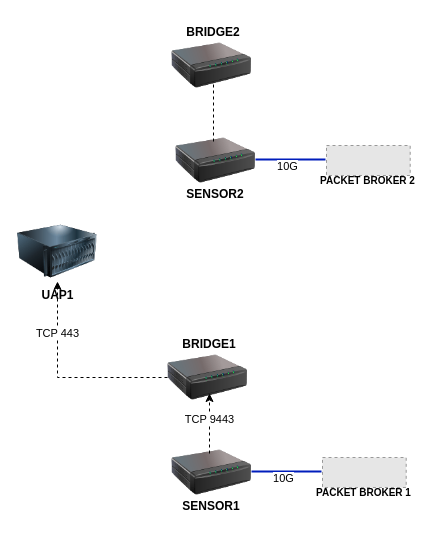
Above: woori.drawio in jacmathew/jacmathew (draw.io), before the change. Source tidied: cells renumbered, new cells numbered last; positions are measured from the earlier drawing's top-left corner, leaving out a move shared by most shapes. Both pictures are drawn from the tidied source at 100%, with x=0, y=0 at pixel (17, 17). Pictures stored in the file or linked from it are replaced by grey dashed boxes.
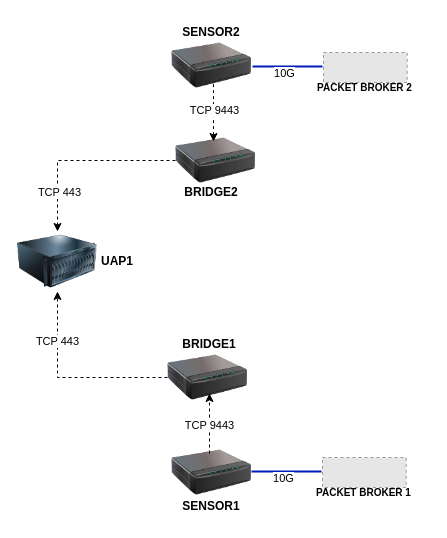
Above is the later version.

Unchanged cells that the change refers to:
```xml
<mxCell id="10" style="endArrow=classic;dashed=1;html=1;rounded=0;exitX=0.45;exitY=0.313;exitDx=0;exitDy=0;exitPerimeter=0;endFill=1;" parent="1" edge="1">
  <mxGeometry relative="1" as="geometry">
    <mxPoint x="192" y="436" as="sourcePoint" />
    <mxPoint x="192" y="376" as="targetPoint" />
  </mxGeometry>
</mxCell>
<mxCell id="16" style="image;html=1;image=img/lib/clip_art/networking/Print_Server_128x128.png;" parent="1" vertex="1">
  <mxGeometry x="158" y="103" width="80" height="80" as="geometry" />
</mxCell>
```

Diff of the diagram source:
```diff
@@
-    <mxCell id="2" value="&lt;b&gt;UAP1&lt;/b&gt;" style="image;html=1;image=img/lib/clip_art/computers/Server_128x128.png;" parent="1" vertex="1">
-      <mxGeometry y="204" width="80" height="60" as="geometry" />
+    <mxCell id="2" style="image;html=1;image=img/lib/clip_art/computers/Server_128x128.png;" parent="1" vertex="1">
+      <mxGeometry y="214" width="80" height="60" as="geometry" />
     </mxCell>
@@
     <mxCell id="11" value="TCP 9443" style="edgeLabel;html=1;align=center;verticalAlign=middle;" parent="10" vertex="1">
-      <mxGeometry x="0.17" y="1" relative="1" as="geometry" />
+      <mxGeometry x="0.17" y="1" relative="1" as="geometry">
+        <mxPoint y="6" as="offset" />
+      </mxGeometry>
     </mxCell>
@@
+    <mxCell id="24" style="edgeStyle=orthogonalEdgeStyle;rounded=0;jettySize=auto;html=1;exitX=0;exitY=0.5;exitDx=0;exitDy=0;dashed=1;" parent="1" edge="1" source="16" target="2">
+      <mxGeometry relative="1" as="geometry" />
+    </mxCell>
+    <mxCell id="25" value="TCP 443" style="edgeLabel;html=1;align=center;verticalAlign=middle;" parent="24" vertex="1">
+      <mxGeometry x="0.64" y="1" relative="1" as="geometry">
+        <mxPoint y="-6" as="offset" />
+      </mxGeometry>
+    </mxCell>
@@
     <mxCell id="17" style="fillColor=#E6E6E6;strokeColor=#999999;dashed=1;verticalLabelPosition=bottom;verticalAlign=top;" parent="1" vertex="1">
-      <mxGeometry x="309" y="128" width="83.7" height="30" as="geometry" />
+      <mxGeometry x="306" y="35" width="83.7" height="30" as="geometry" />
     </mxCell>
     <mxCell id="18" style="endArrow=none;html=1;rounded=0;fillColor=#0050ef;strokeColor=#001DBC;strokeWidth=2;" parent="1" edge="1">
       <mxGeometry relative="1" as="geometry">
-        <mxPoint x="238" y="142" as="sourcePoint" />
-        <mxPoint x="308" y="142" as="targetPoint" />
+        <mxPoint x="235" y="49" as="sourcePoint" />
+        <mxPoint x="305" y="49" as="targetPoint" />
       </mxGeometry>
     </mxCell>
@@
-    <mxCell id="20" style="endArrow=none;dashed=1;html=1;rounded=0;exitX=0.45;exitY=0.313;exitDx=0;exitDy=0;exitPerimeter=0;" parent="1" edge="1">
+    <mxCell id="20" style="endArrow=none;dashed=1;html=1;rounded=0;exitX=0.45;exitY=0.313;exitDx=0;exitDy=0;exitPerimeter=0;startArrow=classic;startFill=1;" parent="1" edge="1">
       <mxGeometry relative="1" as="geometry">
         <mxPoint x="196" y="124" as="sourcePoint" />
         <mxPoint x="196" y="64" as="targetPoint" />
       </mxGeometry>
     </mxCell>
+    <mxCell id="26" value="TCP 9443" style="edgeLabel;html=1;align=center;verticalAlign=middle;" parent="20" vertex="1">
+      <mxGeometry x="0.07" relative="1" as="geometry" />
+    </mxCell>
     <mxCell id="21" value="&lt;b&gt;BRIDGE2&lt;/b&gt;" style="text;html=1;align=center;verticalAlign=middle;whiteSpace=wrap;rounded=0;" parent="1" vertex="1">
-      <mxGeometry x="166" width="60" height="30" as="geometry" />
+      <mxGeometry x="164" y="160" width="60" height="30" as="geometry" />
     </mxCell>
     <mxCell id="22" value="&lt;b&gt;SENSOR2&lt;/b&gt;" style="text;html=1;align=center;verticalAlign=middle;whiteSpace=wrap;rounded=0;" parent="1" vertex="1">
-      <mxGeometry x="168" y="162" width="60" height="30" as="geometry" />
+      <mxGeometry x="164" width="60" height="30" as="geometry" />
     </mxCell>
     <mxCell id="23" value="&lt;b&gt;PACKET BROKER 2&lt;/b&gt;" style="text;html=1;align=center;verticalAlign=middle;whiteSpace=wrap;rounded=0;fontSize=10;" parent="1" vertex="1">
-      <mxGeometry x="289.3" y="148" width="123.1" height="30" as="geometry" />
+      <mxGeometry x="286.3" y="55" width="123.1" height="30" as="geometry" />
     </mxCell>
+    <mxCell id="27" value="&lt;b&gt;UAP1&lt;/b&gt;" style="text;html=1;align=center;verticalAlign=middle;whiteSpace=wrap;rounded=0;" parent="1" vertex="1">
+      <mxGeometry x="70" y="229" width="60" height="30" as="geometry" />
+    </mxCell>
```
